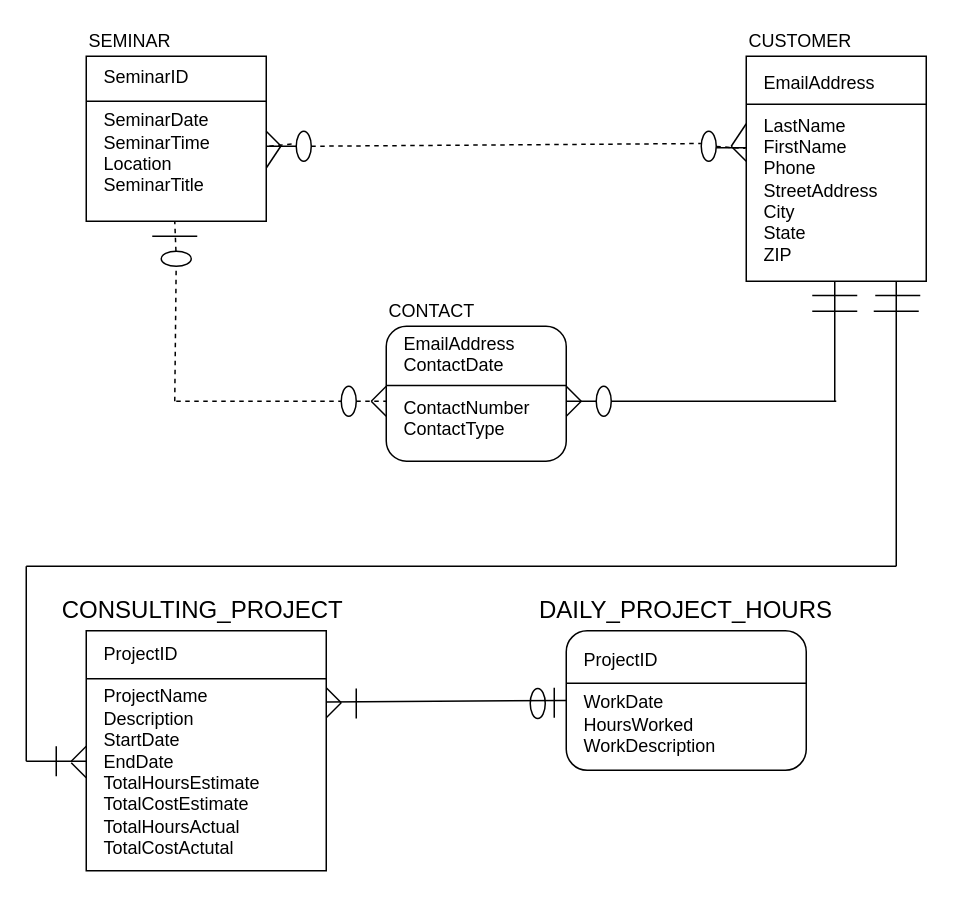
vrvelasco/Intro-Databases keeps this draw.io diagram as [Week 11] October 28/Ch4-HSDProject.drawio. Above is the earlier version. Source tidied: cells renumbered, new cells numbered last; positions are measured from the earlier drawing's top-left corner, leaving out a move shared by most shapes. Both pictures are drawn from the tidied source at 150%, with x=0, y=0 at pixel (26, 26).
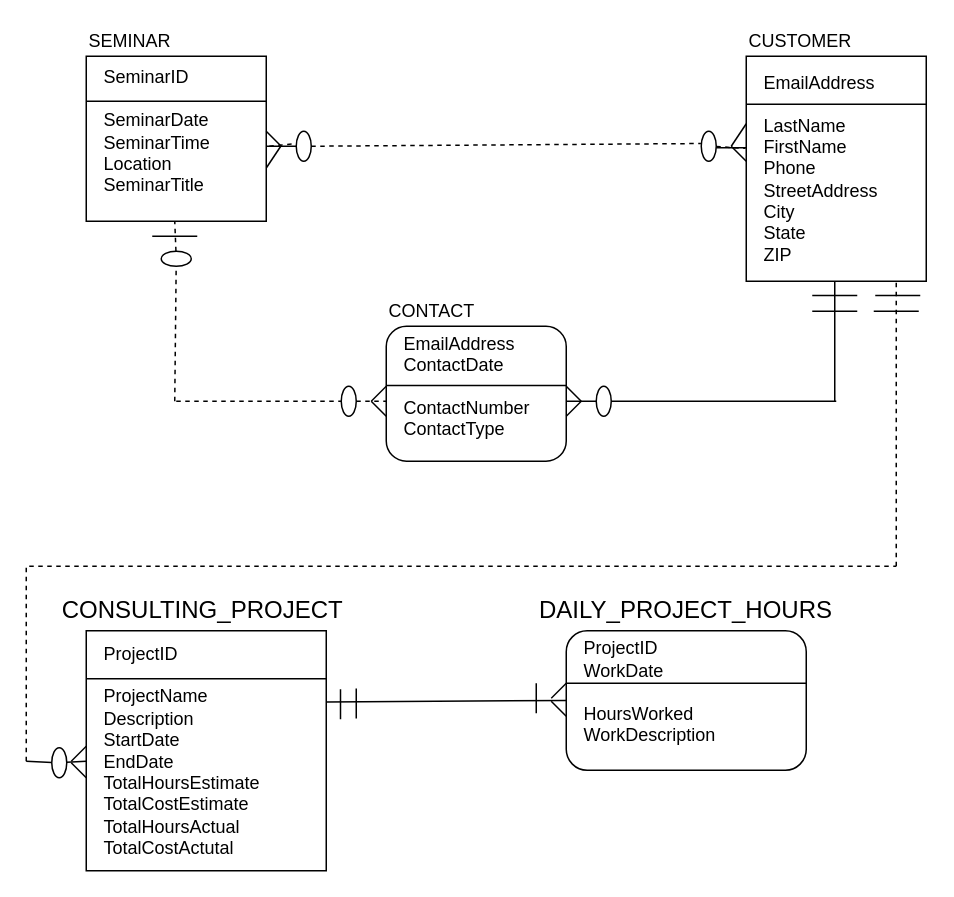
Above is the later version.

Unchanged cells that the change refers to:
```xml
<mxCell id="16" value="EmailAddress&lt;br&gt;&lt;br&gt;LastName&lt;br&gt;FirstName&lt;br&gt;Phone&lt;br&gt;StreetAddress&lt;br&gt;City&lt;br&gt;State&lt;br&gt;ZIP" style="text;html=1;strokeColor=none;fillColor=none;align=left;verticalAlign=middle;whiteSpace=wrap;rounded=0;" parent="13" vertex="1">
  <mxGeometry x="10" y="20" width="100" height="150" as="geometry" />
</mxCell>
<mxCell id="23" style="group;" parent="1" vertex="1">
  <mxGeometry x="360" y="380" width="160" height="116" as="geometry" />
</mxCell>
```

What changed in the source:
```diff
@@
     <mxCell id="2" style="endArrow=none;html=1;" parent="1" edge="1">
       <mxGeometry relative="1" as="geometry">
-        <mxPoint x="200" y="461" as="sourcePoint" />
-        <mxPoint x="210" y="451" as="targetPoint" />
+        <mxPoint x="350" y="448" as="sourcePoint" />
+        <mxPoint x="360" y="438" as="targetPoint" />
       </mxGeometry>
     </mxCell>
     <mxCell id="3" style="endArrow=none;html=1;" parent="1" edge="1">
       <mxGeometry relative="1" as="geometry">
-        <mxPoint x="210" y="451" as="sourcePoint" />
-        <mxPoint x="200" y="441" as="targetPoint" />
+        <mxPoint x="360" y="460" as="sourcePoint" />
+        <mxPoint x="350" y="450" as="targetPoint" />
       </mxGeometry>
     </mxCell>
     <mxCell id="4" style="endArrow=none;html=1;" parent="1" edge="1">
       <mxGeometry relative="1" as="geometry">
-        <mxPoint x="352" y="461" as="sourcePoint" />
-        <mxPoint x="352" y="441" as="targetPoint" />
+        <mxPoint x="340" y="458" as="sourcePoint" />
+        <mxPoint x="340" y="438" as="targetPoint" />
       </mxGeometry>
     </mxCell>
@@
-    <mxCell id="6" style="ellipse;whiteSpace=wrap;html=1;" parent="1" vertex="1">
-      <mxGeometry x="336" y="441.5" width="10" height="20" as="geometry" />
-    </mxCell>
@@
-    <mxCell id="26" value="ProjectID&lt;br&gt;&lt;br&gt;WorkDate&lt;br&gt;HoursWorked&lt;br&gt;WorkDescription" style="text;html=1;strokeColor=none;fillColor=none;align=left;verticalAlign=middle;whiteSpace=wrap;rounded=0;" parent="23" vertex="1">
+    <mxCell id="26" value="ProjectID&lt;br&gt;WorkDate&lt;br&gt;&lt;br&gt;HoursWorked&lt;br&gt;WorkDescription&lt;br&gt;&amp;nbsp;" style="text;html=1;strokeColor=none;fillColor=none;align=left;verticalAlign=middle;whiteSpace=wrap;rounded=0;" parent="23" vertex="1">
       <mxGeometry x="10" y="26" width="140" height="90" as="geometry" />
     </mxCell>
@@
-    <mxCell id="65" style="endArrow=none;html=1;" parent="1" edge="1">
-      <mxGeometry relative="1" as="geometry">
-        <mxPoint x="20" y="500" as="sourcePoint" />
-        <mxPoint x="20" y="480" as="targetPoint" />
-      </mxGeometry>
-    </mxCell>
-    <mxCell id="66" style="endArrow=none;html=1;" parent="1" edge="1">
-      <mxGeometry relative="1" as="geometry">
-        <mxPoint y="360" as="sourcePoint" />
-        <mxPoint x="580" y="360" as="targetPoint" />
-      </mxGeometry>
-    </mxCell>
-    <mxCell id="67" style="endArrow=none;html=1;" parent="1" edge="1">
-      <mxGeometry relative="1" as="geometry">
-        <mxPoint x="580" y="360" as="sourcePoint" />
-        <mxPoint x="580" y="170" as="targetPoint" />
-      </mxGeometry>
-    </mxCell>
-    <mxCell id="68" style="endArrow=none;html=1;" parent="1" edge="1">
+    <mxCell id="68" style="endArrow=none;html=1;" parent="1" edge="1" source="72">
       <mxGeometry relative="1" as="geometry">
-        <mxPoint y="490" as="sourcePoint" />
         <mxPoint x="40" y="490" as="targetPoint" />
       </mxGeometry>
     </mxCell>
-    <mxCell id="69" style="endArrow=none;html=1;" parent="1" edge="1">
-      <mxGeometry relative="1" as="geometry">
-        <mxPoint y="490" as="sourcePoint" />
-        <mxPoint y="360" as="targetPoint" />
-      </mxGeometry>
-    </mxCell>
+    <mxCell id="70" style="endArrow=none;dashed=1;html=1;" parent="1" edge="1">
+      <mxGeometry relative="1" as="geometry">
+        <mxPoint y="490" as="sourcePoint" />
+        <mxPoint y="358" as="targetPoint" />
+      </mxGeometry>
+    </mxCell>
+    <mxCell id="71" style="endArrow=none;html=1;" parent="1" edge="1">
+      <mxGeometry relative="1" as="geometry">
+        <mxPoint x="209.5" y="462" as="sourcePoint" />
+        <mxPoint x="209.5" y="442" as="targetPoint" />
+      </mxGeometry>
+    </mxCell>
+    <mxCell id="72" style="ellipse;whiteSpace=wrap;html=1;" parent="1" vertex="1">
+      <mxGeometry x="17" y="481" width="10" height="20" as="geometry" />
+    </mxCell>
+    <mxCell id="73" style="endArrow=none;html=1;" parent="1" edge="1" target="72">
+      <mxGeometry relative="1" as="geometry">
+        <mxPoint y="490" as="sourcePoint" />
+      </mxGeometry>
+    </mxCell>
+    <mxCell id="74" style="endArrow=none;dashed=1;html=1;" parent="1" edge="1">
+      <mxGeometry relative="1" as="geometry">
+        <mxPoint x="2" y="360" as="sourcePoint" />
+        <mxPoint x="580" y="360" as="targetPoint" />
+      </mxGeometry>
+    </mxCell>
+    <mxCell id="75" style="endArrow=none;dashed=1;html=1;entryX=0.9;entryY=1;entryDx=0;entryDy=0;entryPerimeter=0;" parent="1" edge="1" target="16">
+      <mxGeometry relative="1" as="geometry">
+        <mxPoint x="580" y="360" as="sourcePoint" />
+      </mxGeometry>
+    </mxCell>
```
